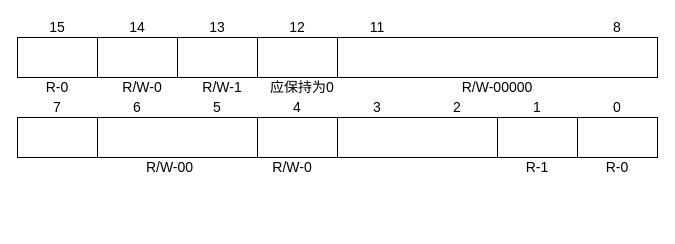
This is page "Page-3" (3 of 3) of 5509a_pll.drawio from wangde99/robot, a draw.io file, before an edit. Source tidied: cells renumbered, new cells numbered last; positions are measured from the earlier drawing's top-left corner, leaving out a move shared by most shapes. Both pictures are drawn from the tidied source at 100%, with x=0, y=0 at pixel (17, 17).
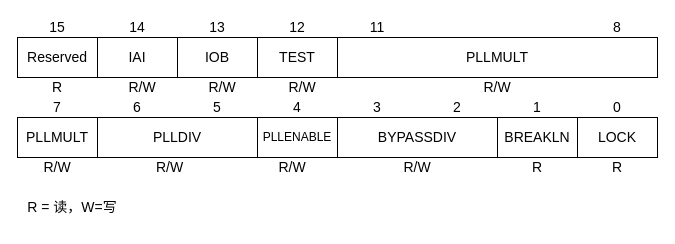
After the change.

Change to the diagram source:
```diff
@@
-    <mxCell id="27" value="&lt;span style=&quot;font-size: 14px&quot;&gt;R-0&lt;/span&gt;" style="text;html=1;strokeColor=none;fillColor=none;align=center;verticalAlign=middle;whiteSpace=wrap;rounded=0;" parent="1" vertex="1">
+    <mxCell id="27" value="&lt;span style=&quot;font-size: 14px&quot;&gt;R&lt;/span&gt;" style="text;html=1;strokeColor=none;fillColor=none;align=center;verticalAlign=middle;whiteSpace=wrap;rounded=0;" parent="1" vertex="1">
       <mxGeometry x="20" y="60" width="40" height="20" as="geometry" />
     </mxCell>
-    <mxCell id="28" value="&lt;font style=&quot;font-size: 14px&quot;&gt;R/W-0&lt;/font&gt;" style="text;html=1;strokeColor=none;fillColor=none;align=center;verticalAlign=middle;whiteSpace=wrap;rounded=0;" parent="1" vertex="1">
+    <mxCell id="28" value="&lt;font style=&quot;font-size: 14px&quot;&gt;R/W&lt;/font&gt;" style="text;html=1;strokeColor=none;fillColor=none;align=center;verticalAlign=middle;whiteSpace=wrap;rounded=0;" parent="1" vertex="1">
       <mxGeometry x="100" y="60" width="50" height="20" as="geometry" />
     </mxCell>
-    <mxCell id="29" value="&lt;span style=&quot;font-size: 14px&quot;&gt;应保持为0&lt;/span&gt;" style="text;html=1;strokeColor=none;fillColor=none;align=center;verticalAlign=middle;whiteSpace=wrap;rounded=0;" parent="1" vertex="1">
+    <mxCell id="29" value="&lt;span style=&quot;font-size: 14px&quot;&gt;R/W&lt;/span&gt;" style="text;html=1;strokeColor=none;fillColor=none;align=center;verticalAlign=middle;whiteSpace=wrap;rounded=0;" parent="1" vertex="1">
       <mxGeometry x="250" y="60" width="70" height="20" as="geometry" />
     </mxCell>
-    <mxCell id="30" value="&lt;font style=&quot;font-size: 14px&quot;&gt;R/W-1&lt;/font&gt;" style="text;html=1;strokeColor=none;fillColor=none;align=center;verticalAlign=middle;whiteSpace=wrap;rounded=0;" parent="1" vertex="1">
+    <mxCell id="30" value="&lt;font style=&quot;font-size: 14px&quot;&gt;R/W&lt;/font&gt;" style="text;html=1;strokeColor=none;fillColor=none;align=center;verticalAlign=middle;whiteSpace=wrap;rounded=0;" parent="1" vertex="1">
       <mxGeometry x="180" y="60" width="50" height="20" as="geometry" />
     </mxCell>
-    <mxCell id="31" value="&lt;font style=&quot;font-size: 14px&quot;&gt;R/W-00000&lt;/font&gt;" style="text;html=1;strokeColor=none;fillColor=none;align=center;verticalAlign=middle;whiteSpace=wrap;rounded=0;" parent="1" vertex="1">
+    <mxCell id="31" value="&lt;font style=&quot;font-size: 14px&quot;&gt;R/W&lt;/font&gt;" style="text;html=1;strokeColor=none;fillColor=none;align=center;verticalAlign=middle;whiteSpace=wrap;rounded=0;" parent="1" vertex="1">
       <mxGeometry x="410" y="60" width="140" height="20" as="geometry" />
     </mxCell>
-    <mxCell id="32" value="&lt;font style=&quot;font-size: 14px&quot;&gt;R/W-00&lt;/font&gt;" style="text;html=1;strokeColor=none;fillColor=none;align=center;verticalAlign=middle;whiteSpace=wrap;rounded=0;" parent="1" vertex="1">
+    <mxCell id="32" value="&lt;font style=&quot;font-size: 14px&quot;&gt;R/W&lt;/font&gt;" style="text;html=1;strokeColor=none;fillColor=none;align=center;verticalAlign=middle;whiteSpace=wrap;rounded=0;" parent="1" vertex="1">
       <mxGeometry x="125" y="140" width="55" height="20" as="geometry" />
     </mxCell>
-    <mxCell id="33" value="&lt;font style=&quot;font-size: 14px&quot;&gt;R/W-0&lt;/font&gt;" style="text;html=1;strokeColor=none;fillColor=none;align=center;verticalAlign=middle;whiteSpace=wrap;rounded=0;" parent="1" vertex="1">
+    <mxCell id="33" value="&lt;font style=&quot;font-size: 14px&quot;&gt;R/W&lt;/font&gt;" style="text;html=1;strokeColor=none;fillColor=none;align=center;verticalAlign=middle;whiteSpace=wrap;rounded=0;" parent="1" vertex="1">
       <mxGeometry x="250" y="140" width="50" height="20" as="geometry" />
     </mxCell>
-    <mxCell id="34" value="&lt;span style=&quot;font-size: 14px&quot;&gt;R-1&lt;/span&gt;" style="text;html=1;strokeColor=none;fillColor=none;align=center;verticalAlign=middle;whiteSpace=wrap;rounded=0;" parent="1" vertex="1">
+    <mxCell id="34" value="&lt;span style=&quot;font-size: 14px&quot;&gt;R&lt;/span&gt;" style="text;html=1;strokeColor=none;fillColor=none;align=center;verticalAlign=middle;whiteSpace=wrap;rounded=0;" parent="1" vertex="1">
       <mxGeometry x="500" y="140" width="40" height="20" as="geometry" />
     </mxCell>
-    <mxCell id="35" value="&lt;span style=&quot;font-size: 14px&quot;&gt;R-0&lt;/span&gt;" style="text;html=1;strokeColor=none;fillColor=none;align=center;verticalAlign=middle;whiteSpace=wrap;rounded=0;" parent="1" vertex="1">
-      <mxGeometry x="580" y="140" width="40" height="20" as="geometry" />
-    </mxCell>
+    <mxCell id="36" value="&lt;font style=&quot;font-size: 14px&quot;&gt;R/W&lt;/font&gt;" style="text;html=1;strokeColor=none;fillColor=none;align=center;verticalAlign=middle;whiteSpace=wrap;rounded=0;" parent="1" vertex="1">
+      <mxGeometry x="15" y="140" width="50" height="20" as="geometry" />
+    </mxCell>
+    <mxCell id="37" value="&lt;span style=&quot;font-size: 14px&quot;&gt;R&lt;/span&gt;" style="text;html=1;strokeColor=none;fillColor=none;align=center;verticalAlign=middle;whiteSpace=wrap;rounded=0;" parent="1" vertex="1">
+      <mxGeometry x="580" y="140" width="40" height="20" as="geometry" />
+    </mxCell>
+    <mxCell id="38" value="&lt;font style=&quot;font-size: 14px&quot;&gt;R/W&lt;/font&gt;" style="text;html=1;strokeColor=none;fillColor=none;align=center;verticalAlign=middle;whiteSpace=wrap;rounded=0;" parent="1" vertex="1">
+      <mxGeometry x="375" y="140" width="50" height="20" as="geometry" />
+    </mxCell>
+    <mxCell id="39" value="&lt;font style=&quot;font-size: 14px&quot;&gt;Reserved&lt;/font&gt;" style="text;html=1;strokeColor=none;fillColor=none;align=center;verticalAlign=middle;whiteSpace=wrap;rounded=0;" parent="1" vertex="1">
+      <mxGeometry x="20" y="30" width="40" height="20" as="geometry" />
+    </mxCell>
+    <mxCell id="40" value="&lt;font style=&quot;font-size: 14px&quot;&gt;IAI&lt;/font&gt;" style="text;html=1;strokeColor=none;fillColor=none;align=center;verticalAlign=middle;whiteSpace=wrap;rounded=0;" parent="1" vertex="1">
+      <mxGeometry x="100" y="30" width="40" height="20" as="geometry" />
+    </mxCell>
+    <mxCell id="41" value="&lt;font style=&quot;font-size: 14px&quot;&gt;IOB&lt;/font&gt;" style="text;html=1;strokeColor=none;fillColor=none;align=center;verticalAlign=middle;whiteSpace=wrap;rounded=0;" parent="1" vertex="1">
+      <mxGeometry x="180" y="30" width="40" height="20" as="geometry" />
+    </mxCell>
+    <mxCell id="42" value="&lt;font style=&quot;font-size: 14px&quot;&gt;TEST&lt;/font&gt;" style="text;html=1;strokeColor=none;fillColor=none;align=center;verticalAlign=middle;whiteSpace=wrap;rounded=0;" parent="1" vertex="1">
+      <mxGeometry x="260" y="30" width="40" height="20" as="geometry" />
+    </mxCell>
+    <mxCell id="43" value="&lt;font style=&quot;font-size: 14px&quot;&gt;PLLMULT&lt;/font&gt;" style="text;html=1;strokeColor=none;fillColor=none;align=center;verticalAlign=middle;whiteSpace=wrap;rounded=0;" parent="1" vertex="1">
+      <mxGeometry x="435" y="30" width="90" height="20" as="geometry" />
+    </mxCell>
+    <mxCell id="44" value="&lt;font style=&quot;font-size: 14px&quot;&gt;PLLMULT&lt;/font&gt;" style="text;html=1;strokeColor=none;fillColor=none;align=center;verticalAlign=middle;whiteSpace=wrap;rounded=0;" parent="1" vertex="1">
+      <mxGeometry x="20" y="110" width="40" height="20" as="geometry" />
+    </mxCell>
+    <mxCell id="45" value="&lt;font style=&quot;font-size: 14px&quot;&gt;PLLDIV&lt;/font&gt;" style="text;html=1;strokeColor=none;fillColor=none;align=center;verticalAlign=middle;whiteSpace=wrap;rounded=0;" parent="1" vertex="1">
+      <mxGeometry x="140" y="110" width="40" height="20" as="geometry" />
+    </mxCell>
+    <mxCell id="46" value="&lt;font style=&quot;font-size: 12px&quot;&gt;PLLENABLE&lt;/font&gt;" style="text;html=1;strokeColor=none;fillColor=none;align=center;verticalAlign=middle;whiteSpace=wrap;rounded=0;" parent="1" vertex="1">
+      <mxGeometry x="260" y="110" width="40" height="20" as="geometry" />
+    </mxCell>
+    <mxCell id="47" value="&lt;font style=&quot;font-size: 14px&quot;&gt;BYPASSDIV&lt;/font&gt;" style="text;html=1;strokeColor=none;fillColor=none;align=center;verticalAlign=middle;whiteSpace=wrap;rounded=0;" parent="1" vertex="1">
+      <mxGeometry x="380" y="110" width="40" height="20" as="geometry" />
+    </mxCell>
+    <mxCell id="48" value="&lt;font style=&quot;font-size: 14px&quot;&gt;BREAKLN&lt;/font&gt;" style="text;html=1;strokeColor=none;fillColor=none;align=center;verticalAlign=middle;whiteSpace=wrap;rounded=0;" parent="1" vertex="1">
+      <mxGeometry x="500" y="110" width="40" height="20" as="geometry" />
+    </mxCell>
+    <mxCell id="49" value="&lt;font style=&quot;font-size: 14px&quot;&gt;LOCK&lt;/font&gt;" style="text;html=1;strokeColor=none;fillColor=none;align=center;verticalAlign=middle;whiteSpace=wrap;rounded=0;" parent="1" vertex="1">
+      <mxGeometry x="580" y="110" width="40" height="20" as="geometry" />
+    </mxCell>
+    <mxCell id="50" value="&lt;font style=&quot;font-size: 14px&quot;&gt;R = 读，W=写&lt;/font&gt;" style="text;html=1;strokeColor=none;fillColor=none;align=center;verticalAlign=middle;whiteSpace=wrap;rounded=0;shadow=0;sketch=0;opacity=75;" parent="1" vertex="1">
+      <mxGeometry y="170" width="110" height="40" as="geometry" />
+    </mxCell>
```
